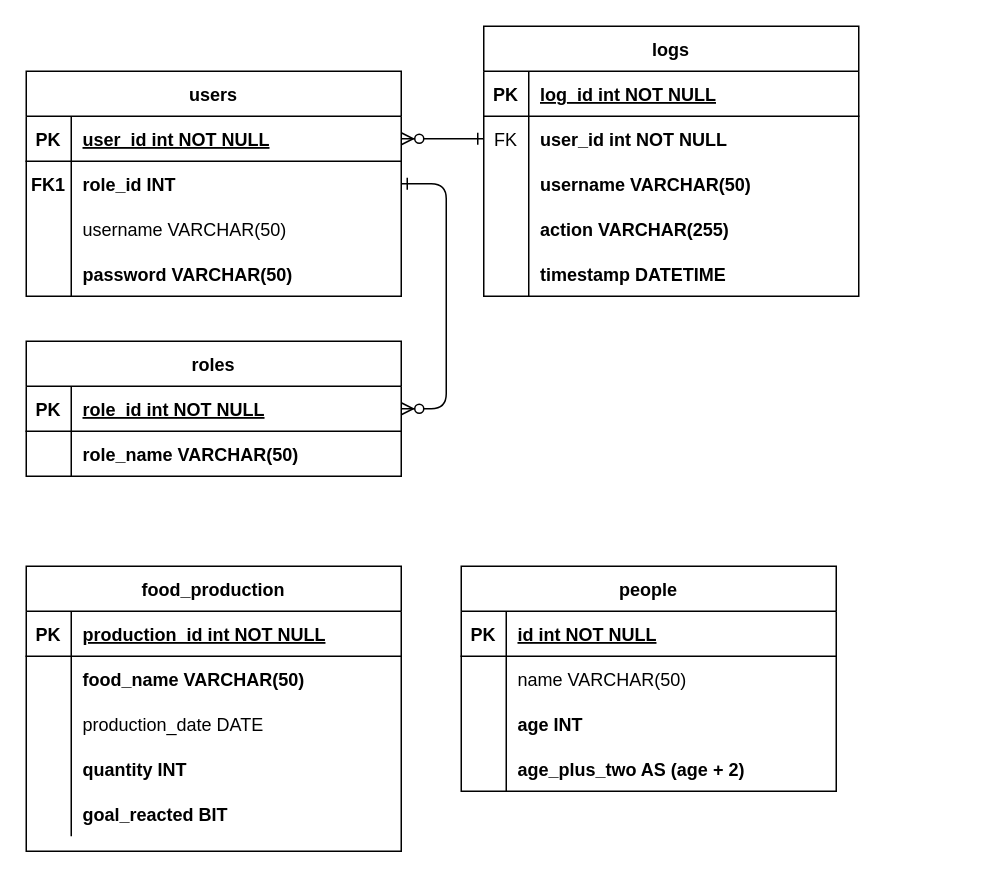
Above: draw_io/Unavngivet diagram.drawio in Chr-Jan/Streamlit-SQL-CRUD-Logging (draw.io), before the change. Source tidied: cells renumbered, new cells numbered last; positions are measured from the earlier drawing's top-left corner, leaving out a move shared by most shapes. Both pictures are drawn from the tidied source at 150%, with x=0, y=0 at pixel (-20, 26).
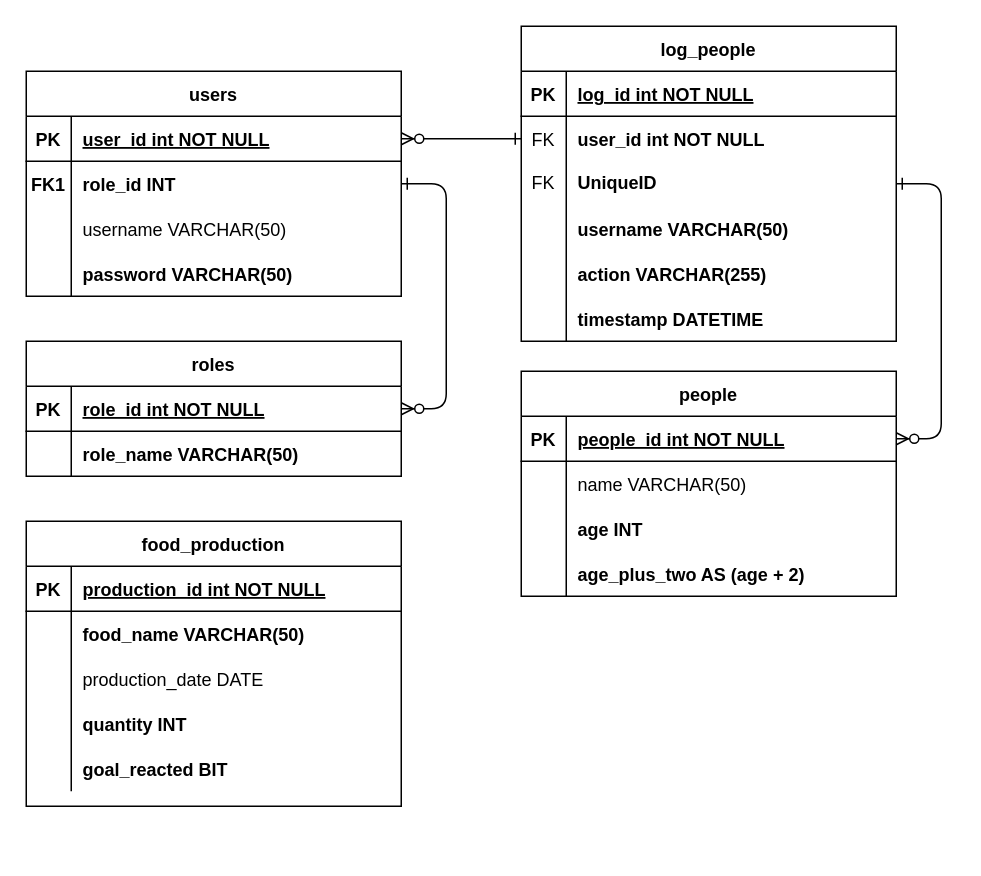
After the change.

The change refers to these unchanged cells:
```xml
<mxCell id="36" style="shape=partialRectangle;fillColor=none;points=[[0,0.5],[1,0.5]];portConstraint=eastwest;top=0;left=0;right=0;bottom=1;" parent="35" vertex="1">
  <mxGeometry y="30" width="250" height="30" as="geometry" />
</mxCell>
```

The edit, as a diff of the source:
```diff
@@
-    <mxCell id="3" value="logs" style="shape=table;startSize=30;childLayout=tableLayout;rowLines=0;fontStyle=1;align=center;" parent="1" vertex="1">
-      <mxGeometry x="335" width="250" height="180" as="geometry" />
+    <mxCell id="3" value="log_people" style="shape=table;startSize=30;childLayout=tableLayout;rowLines=0;fontStyle=1;align=center;" parent="1" vertex="1">
+      <mxGeometry x="360" width="250" height="210" as="geometry" />
     </mxCell>
@@
+    <mxCell id="69" style="shape=tableRow;horizontal=0;startSize=0;swimlaneHead=0;swimlaneBody=0;fillColor=none;points=[[0,0.5],[1,0.5]];portConstraint=eastwest;top=0;left=0;right=0;bottom=0;" parent="3" vertex="1">
+      <mxGeometry y="90" width="250" height="30" as="geometry" />
+    </mxCell>
+    <mxCell id="70" value="FK" style="shape=partialRectangle;fillColor=none;top=0;left=0;bottom=0;right=0;fontStyle=0;overflow=hidden;whiteSpace=wrap;html=1;" parent="69" vertex="1">
+      <mxGeometry width="30" height="30" as="geometry" />
+    </mxCell>
+    <mxCell id="71" value="&lt;b&gt;UniqueID&lt;/b&gt;" style="shape=partialRectangle;fillColor=none;top=0;left=0;bottom=0;right=0;align=left;spacingLeft=6;fontStyle=0;overflow=hidden;whiteSpace=wrap;html=1;" parent="69" vertex="1">
+      <mxGeometry x="30" width="220" height="30" as="geometry" />
+    </mxCell>
     <mxCell id="10" style="shape=partialRectangle;fillColor=none;top=0;left=0;right=0;bottom=0;" parent="3" vertex="1">
-      <mxGeometry y="90" width="250" height="30" as="geometry" />
+      <mxGeometry y="120" width="250" height="30" as="geometry" />
     </mxCell>
@@
     <mxCell id="13" style="shape=tableRow;horizontal=0;startSize=0;swimlaneHead=0;swimlaneBody=0;fillColor=none;top=0;left=0;right=0;bottom=0;strokeColor=default;align=center;verticalAlign=middle;fontFamily=Helvetica;fontSize=12;fontColor=default;fontStyle=1;" parent="3" vertex="1">
-      <mxGeometry y="120" width="250" height="30" as="geometry" />
+      <mxGeometry y="150" width="250" height="30" as="geometry" />
     </mxCell>
@@
     <mxCell id="16" style="shape=tableRow;horizontal=0;startSize=0;swimlaneHead=0;swimlaneBody=0;fillColor=none;top=0;left=0;right=0;bottom=0;strokeColor=default;align=center;verticalAlign=middle;fontFamily=Helvetica;fontSize=12;fontColor=default;fontStyle=1;" parent="3" vertex="1">
-      <mxGeometry y="150" width="250" height="30" as="geometry" />
+      <mxGeometry y="180" width="250" height="30" as="geometry" />
     </mxCell>
@@
     <mxCell id="19" value="food_production" style="shape=table;startSize=30;childLayout=tableLayout;rowLines=0;fontStyle=1;align=center;" parent="1" vertex="1">
-      <mxGeometry x="30" y="360" width="250" height="190" as="geometry" />
+      <mxGeometry x="30" y="330" width="250" height="190" as="geometry" />
     </mxCell>
@@
     <mxCell id="35" value="people" style="shape=table;startSize=30;childLayout=tableLayout;rowLines=0;fontStyle=1;align=center;" parent="1" vertex="1">
-      <mxGeometry x="320" y="360" width="250" height="150" as="geometry" />
+      <mxGeometry x="360" y="230" width="250" height="150" as="geometry" />
     </mxCell>
@@
-    <mxCell id="38" value="id int NOT NULL " style="shape=partialRectangle;overflow=hidden;fillColor=none;top=0;left=0;bottom=0;right=0;align=left;spacingLeft=6;fontStyle=5;" parent="36" vertex="1">
+    <mxCell id="38" value="people_id int NOT NULL " style="shape=partialRectangle;overflow=hidden;fillColor=none;top=0;left=0;bottom=0;right=0;align=left;spacingLeft=6;fontStyle=5;" parent="36" vertex="1">
       <mxGeometry x="30" width="220" height="30" as="geometry" />
     </mxCell>
@@
+    <mxCell id="72" style="edgeStyle=entityRelationEdgeStyle;endArrow=ERzeroToMany;startArrow=ERone;endFill=1;startFill=0;" parent="1" edge="1" source="69" target="36">
+      <mxGeometry relative="1" as="geometry">
+        <Array as="points">
+          <mxPoint x="360" y="325" />
+          <mxPoint x="420" y="385" />
+          <mxPoint x="490" y="250" />
+          <mxPoint x="290" y="395" />
+          <mxPoint x="340" y="555" />
+          <mxPoint x="290" y="445" />
+          <mxPoint x="430" y="375" />
+        </Array>
+      </mxGeometry>
+    </mxCell>
```
